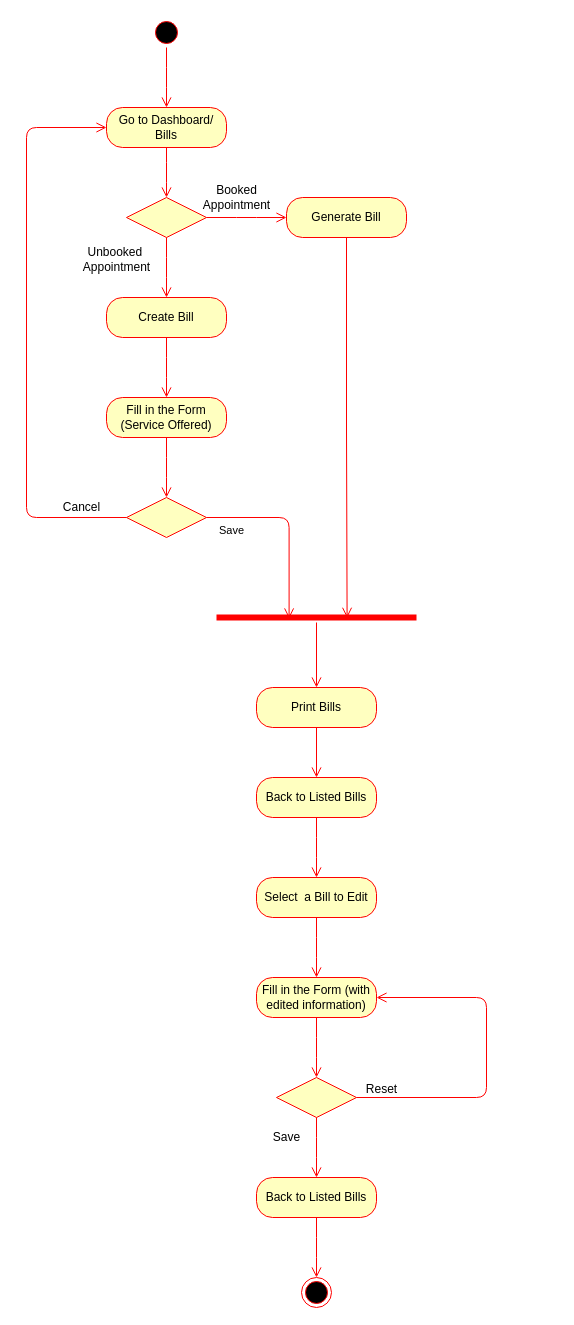
The draw.io diagram Diagrams/Activity Diagrams FINAL/AC_31-32-33-34 Generate Create Edit Print Bill.drawio in kkasharaj17/SE-project, before the edit. Source tidied: cells renumbered, new cells numbered last; positions are measured from the earlier drawing's top-left corner, leaving out a move shared by most shapes. Both pictures are drawn from the tidied source at 100%, with x=0, y=0 at pixel (26, 17).
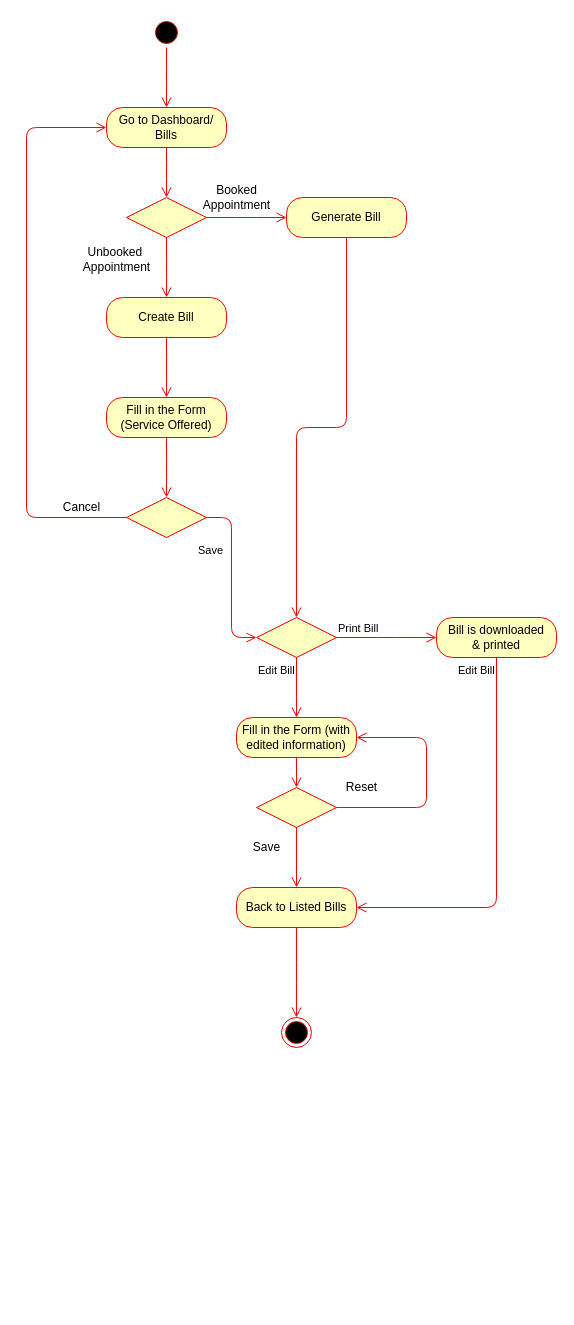
After the change.

The change refers to these unchanged cells:
```xml
<mxCell id="10" value="Generate Bill" style="rounded=1;whiteSpace=wrap;html=1;arcSize=40;fontColor=#000000;fillColor=#ffffc0;strokeColor=#ff0000;" parent="1" vertex="1">
  <mxGeometry x="260" y="180" width="120" height="40" as="geometry" />
</mxCell>
<mxCell id="17" style="rhombus;whiteSpace=wrap;html=1;fillColor=#ffffc0;strokeColor=#ff0000;" parent="1" vertex="1">
  <mxGeometry x="100" y="480" width="80" height="40" as="geometry" />
</mxCell>
```

Diff of the diagram source:
```diff
@@
-    <mxCell id="11" style="edgeStyle=orthogonalEdgeStyle;html=1;verticalAlign=bottom;endArrow=open;endSize=8;strokeColor=#ff0000;entryX=0.653;entryY=0.533;entryDx=0;entryDy=0;entryPerimeter=0;" parent="1" edge="1" source="10" target="21">
+    <mxCell id="11" style="edgeStyle=orthogonalEdgeStyle;html=1;verticalAlign=bottom;endArrow=open;endSize=8;strokeColor=#ff0000;entryX=0.5;entryY=0;entryDx=0;entryDy=0;" parent="1" edge="1" source="10" target="39">
       <mxGeometry relative="1" as="geometry" />
     </mxCell>
@@
-    <mxCell id="19" value="Save" style="edgeStyle=orthogonalEdgeStyle;html=1;align=left;verticalAlign=top;endArrow=open;endSize=8;strokeColor=#ff0000;entryX=0.363;entryY=0.6;entryDx=0;entryDy=0;entryPerimeter=0;" parent="1" edge="1" source="17" target="21">
-      <mxGeometry x="-0.88" relative="1" as="geometry" />
+    <mxCell id="19" value="Save" style="edgeStyle=orthogonalEdgeStyle;html=1;align=left;verticalAlign=top;endArrow=open;endSize=8;strokeColor=#ff0000;entryX=0;entryY=0.5;entryDx=0;entryDy=0;" parent="1" edge="1" source="17" target="39">
+      <mxGeometry x="-0.47" y="-35" relative="1" as="geometry" />
     </mxCell>
@@
-    <mxCell id="21" style="shape=line;html=1;strokeWidth=6;strokeColor=#ff0000;" parent="1" vertex="1">
-      <mxGeometry x="190" y="595" width="200" height="10" as="geometry" />
-    </mxCell>
-    <mxCell id="22" style="edgeStyle=orthogonalEdgeStyle;html=1;verticalAlign=bottom;endArrow=open;endSize=8;strokeColor=#ff0000;" parent="1" edge="1" source="21">
-      <mxGeometry relative="1" as="geometry">
-        <mxPoint x="290" y="670" as="targetPoint" />
-      </mxGeometry>
-    </mxCell>
-    <mxCell id="23" value="Print Bills" style="rounded=1;whiteSpace=wrap;html=1;arcSize=40;fontColor=#000000;fillColor=#ffffc0;strokeColor=#ff0000;" parent="1" vertex="1">
-      <mxGeometry x="230" y="670" width="120" height="40" as="geometry" />
+    <mxCell id="23" value="Bill is downloaded &lt;br&gt;&amp;amp; printed" style="rounded=1;whiteSpace=wrap;html=1;arcSize=40;fontColor=#000000;fillColor=#ffffc0;strokeColor=#ff0000;" parent="1" vertex="1">
+      <mxGeometry x="410" y="600" width="120" height="40" as="geometry" />
     </mxCell>
-    <mxCell id="24" value="Back to Listed Bills" style="rounded=1;whiteSpace=wrap;html=1;arcSize=40;fontColor=#000000;fillColor=#ffffc0;strokeColor=#ff0000;" parent="1" vertex="1">
-      <mxGeometry x="230" y="760" width="120" height="40" as="geometry" />
-    </mxCell>
-    <mxCell id="25" style="edgeStyle=orthogonalEdgeStyle;html=1;verticalAlign=bottom;endArrow=open;endSize=8;strokeColor=#ff0000;" parent="1" edge="1" source="24">
-      <mxGeometry relative="1" as="geometry">
-        <mxPoint x="290" y="860" as="targetPoint" />
-      </mxGeometry>
-    </mxCell>
-    <mxCell id="26" style="edgeStyle=orthogonalEdgeStyle;html=1;verticalAlign=bottom;endArrow=open;endSize=8;strokeColor=#ff0000;exitX=0.5;exitY=1;exitDx=0;exitDy=0;entryX=0.5;entryY=0;entryDx=0;entryDy=0;" parent="1" edge="1" source="23" target="24">
-      <mxGeometry relative="1" as="geometry" />
-    </mxCell>
-    <mxCell id="27" value="Select&amp;nbsp; a Bill to Edit" style="rounded=1;whiteSpace=wrap;html=1;arcSize=40;fontColor=#000000;fillColor=#ffffc0;strokeColor=#ff0000;" parent="1" vertex="1">
-      <mxGeometry x="230" y="860" width="120" height="40" as="geometry" />
-    </mxCell>
-    <mxCell id="28" style="edgeStyle=orthogonalEdgeStyle;html=1;verticalAlign=bottom;endArrow=open;endSize=8;strokeColor=#ff0000;" parent="1" edge="1" source="27">
-      <mxGeometry relative="1" as="geometry">
-        <mxPoint x="290" y="960" as="targetPoint" />
-      </mxGeometry>
-    </mxCell>
     <mxCell id="29" value="Fill in the Form (with edited information)" style="rounded=1;whiteSpace=wrap;html=1;arcSize=40;fontColor=#000000;fillColor=#ffffc0;strokeColor=#ff0000;" parent="1" vertex="1">
-      <mxGeometry x="230" y="960" width="120" height="40" as="geometry" />
+      <mxGeometry x="210" y="700" width="120" height="40" as="geometry" />
     </mxCell>
-    <mxCell id="30" style="edgeStyle=orthogonalEdgeStyle;html=1;verticalAlign=bottom;endArrow=open;endSize=8;strokeColor=#ff0000;" parent="1" edge="1" source="29">
-      <mxGeometry relative="1" as="geometry">
-        <mxPoint x="290" y="1060" as="targetPoint" />
-      </mxGeometry>
+    <mxCell id="30" style="edgeStyle=orthogonalEdgeStyle;html=1;verticalAlign=bottom;endArrow=open;endSize=8;strokeColor=#ff0000;entryX=0.5;entryY=0;entryDx=0;entryDy=0;" parent="1" edge="1" source="29" target="31">
+      <mxGeometry relative="1" as="geometry" />
     </mxCell>
     <mxCell id="31" style="rhombus;whiteSpace=wrap;html=1;fillColor=#ffffc0;strokeColor=#ff0000;" parent="1" vertex="1">
-      <mxGeometry x="250" y="1060" width="80" height="40" as="geometry" />
+      <mxGeometry x="230" y="770" width="80" height="40" as="geometry" />
     </mxCell>
-    <mxCell id="32" style="edgeStyle=orthogonalEdgeStyle;html=1;align=left;verticalAlign=bottom;endArrow=open;endSize=8;strokeColor=#ff0000;entryX=1;entryY=0.5;entryDx=0;entryDy=0;entryPerimeter=0;" parent="1" edge="1" source="31" target="29">
+    <mxCell id="32" style="edgeStyle=orthogonalEdgeStyle;html=1;align=left;verticalAlign=bottom;endArrow=open;endSize=8;strokeColor=#ff0000;entryX=1;entryY=0.5;entryDx=0;entryDy=0;entryPerimeter=0;exitX=1;exitY=0.5;exitDx=0;exitDy=0;" parent="1" edge="1" source="31" target="29">
       <mxGeometry x="-1" relative="1" as="geometry">
         <Array as="points">
-          <mxPoint x="460" y="1080" />
-          <mxPoint x="460" y="980" />
+          <mxPoint x="400" y="790" />
+          <mxPoint x="400" y="720" />
         </Array>
       </mxGeometry>
     </mxCell>
-    <mxCell id="33" style="edgeStyle=orthogonalEdgeStyle;html=1;align=left;verticalAlign=top;endArrow=open;endSize=8;strokeColor=#ff0000;" parent="1" edge="1" source="31">
-      <mxGeometry x="-0.67" y="90" relative="1" as="geometry">
-        <mxPoint x="290" y="1160" as="targetPoint" />
-      </mxGeometry>
+    <mxCell id="33" style="edgeStyle=orthogonalEdgeStyle;html=1;align=left;verticalAlign=top;endArrow=open;endSize=8;strokeColor=#ff0000;entryX=0.5;entryY=0;entryDx=0;entryDy=0;" parent="1" edge="1" source="31" target="36">
+      <mxGeometry x="-0.67" y="90" relative="1" as="geometry" />
     </mxCell>
     <mxCell id="34" value="Save" style="text;html=1;align=center;verticalAlign=middle;" parent="1" vertex="1">
-      <mxGeometry x="240" y="1110" width="40" height="20" as="geometry" />
+      <mxGeometry x="220" y="820" width="40" height="20" as="geometry" />
     </mxCell>
     <mxCell id="35" value="Reset" style="text;html=1;align=center;verticalAlign=middle;" parent="1" vertex="1">
-      <mxGeometry x="330" y="1062" width="50" height="20" as="geometry" />
+      <mxGeometry x="310" y="760" width="50" height="20" as="geometry" />
     </mxCell>
     <mxCell id="36" value="Back to Listed Bills" style="rounded=1;whiteSpace=wrap;html=1;arcSize=40;fontColor=#000000;fillColor=#ffffc0;strokeColor=#ff0000;" parent="1" vertex="1">
-      <mxGeometry x="230" y="1160" width="120" height="40" as="geometry" />
+      <mxGeometry x="210" y="870" width="120" height="40" as="geometry" />
     </mxCell>
     <mxCell id="37" style="edgeStyle=orthogonalEdgeStyle;html=1;verticalAlign=bottom;endArrow=open;endSize=8;strokeColor=#ff0000;" parent="1" edge="1" source="36">
       <mxGeometry relative="1" as="geometry">
-        <mxPoint x="290" y="1260" as="targetPoint" />
+        <mxPoint x="270" y="1000" as="targetPoint" />
       </mxGeometry>
     </mxCell>
     <mxCell id="38" style="ellipse;html=1;shape=endState;fillColor=#000000;strokeColor=#ff0000;" parent="1" vertex="1">
-      <mxGeometry x="275" y="1260" width="30" height="30" as="geometry" />
+      <mxGeometry x="255" y="1000" width="30" height="30" as="geometry" />
     </mxCell>
+    <mxCell id="39" style="rhombus;whiteSpace=wrap;html=1;fillColor=#ffffc0;strokeColor=#ff0000;" parent="1" vertex="1">
+      <mxGeometry x="230" y="600" width="80" height="40" as="geometry" />
+    </mxCell>
+    <mxCell id="40" value="Print Bill" style="edgeStyle=orthogonalEdgeStyle;html=1;align=left;verticalAlign=bottom;endArrow=open;endSize=8;strokeColor=#ff0000;" parent="1" edge="1" source="39">
+      <mxGeometry x="-1" relative="1" as="geometry">
+        <mxPoint x="410" y="620" as="targetPoint" />
+      </mxGeometry>
+    </mxCell>
+    <mxCell id="41" value="Edit Bill" style="edgeStyle=orthogonalEdgeStyle;html=1;align=left;verticalAlign=top;endArrow=open;endSize=8;strokeColor=#ff0000;" parent="1" edge="1" source="39">
+      <mxGeometry x="-1" y="-40" relative="1" as="geometry">
+        <mxPoint x="270" y="700" as="targetPoint" />
+      </mxGeometry>
+    </mxCell>
+    <mxCell id="42" style="text;html=1;align=center;verticalAlign=middle;" parent="1" vertex="1">
+      <mxGeometry x="344" y="674" width="20" height="20" as="geometry" />
+    </mxCell>
+    <mxCell id="43" value="Edit Bill" style="edgeStyle=orthogonalEdgeStyle;html=1;align=left;verticalAlign=top;endArrow=open;endSize=8;strokeColor=#ff0000;exitX=0.5;exitY=1;exitDx=0;exitDy=0;entryX=1;entryY=0.5;entryDx=0;entryDy=0;" parent="1" edge="1" source="23" target="36">
+      <mxGeometry x="-1" y="-40" relative="1" as="geometry">
+        <Array as="points">
+          <mxPoint x="470" y="890" />
+        </Array>
+      </mxGeometry>
+    </mxCell>
```
